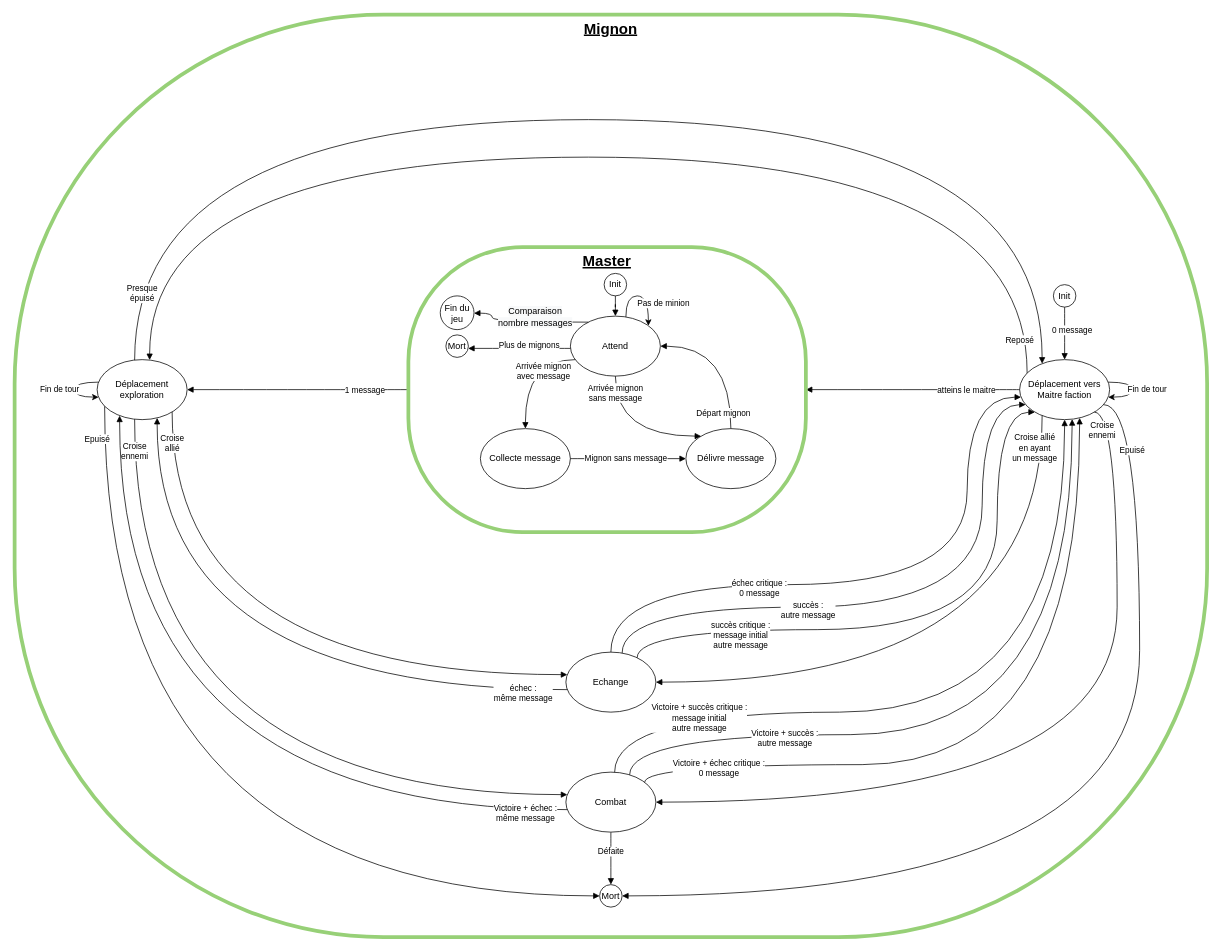
Before: schemes/State transition.drawio in Xisabla/Illuvatar, a draw.io diagram. Source tidied: cells renumbered, new cells numbered last; positions are measured from the earlier drawing's top-left corner, leaving out a move shared by most shapes. Both pictures are drawn from the tidied source at 75%, with x=0, y=0 at pixel (14, 14).
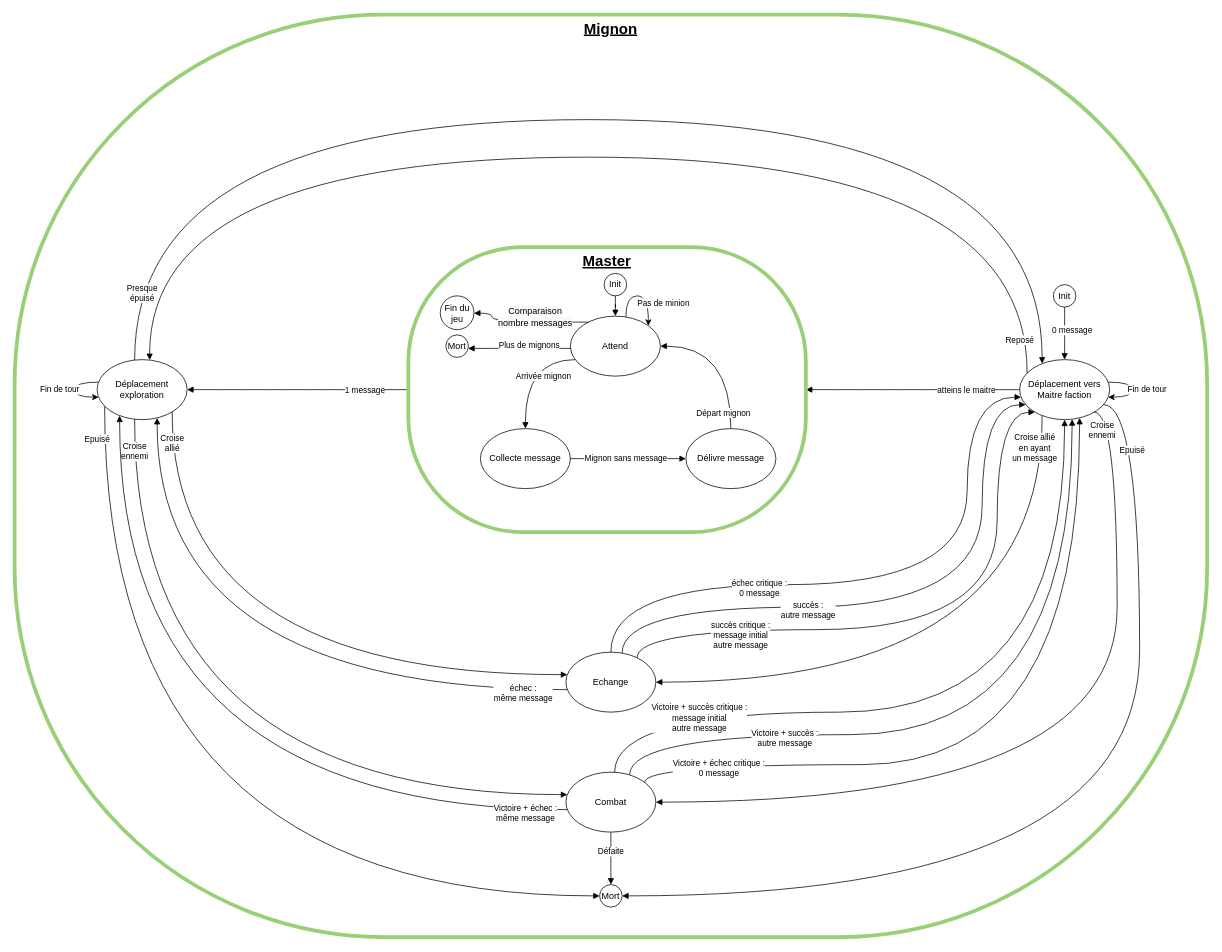
The same diagram, later.

Unchanged cells that the change refers to:
```xml
<mxCell id="29" style="group;" parent="1" vertex="1">
  <mxGeometry x="480" y="250" width="620" height="510" as="geometry" />
</mxCell>
<mxCell id="32" value="Attend" style="ellipse;whiteSpace=wrap;html=1;strokeColor=default;strokeWidth=1;" parent="29" vertex="1">
  <mxGeometry x="261" y="152" width="120" height="80" as="geometry" />
</mxCell>
<mxCell id="34" value="Collecte message" style="ellipse;whiteSpace=wrap;html=1;strokeColor=default;strokeWidth=1;" parent="29" vertex="1">
  <mxGeometry x="141" y="302" width="120" height="80" as="geometry" />
</mxCell>
<mxCell id="37" value="Délivre message" style="ellipse;whiteSpace=wrap;html=1;strokeColor=default;strokeWidth=1;" parent="29" vertex="1">
  <mxGeometry x="415" y="302" width="120" height="80" as="geometry" />
</mxCell>
```

Change to the diagram source:
```diff
@@
-    <mxCell id="35" value="Arrivée mignon&lt;br&gt;avec message" style="edgeStyle=orthogonalEdgeStyle;curved=1;jettySize=auto;html=1;endArrow=block;endSize=6;targetPerimeterSpacing=0;verticalAlign=bottom;" parent="29" edge="1" source="32" target="34">
+    <mxCell id="35" value="&lt;div&gt;Arrivée mignon&lt;/div&gt;" style="edgeStyle=orthogonalEdgeStyle;curved=1;jettySize=auto;html=1;endArrow=block;endSize=6;targetPerimeterSpacing=0;verticalAlign=bottom;" parent="29" edge="1" source="32" target="34">
       <mxGeometry x="0.22" y="24" relative="1" as="geometry">
         <Array as="points">
           <mxPoint x="201" y="210" />
         </Array>
       </mxGeometry>
     </mxCell>
@@
-    <mxCell id="38" value="Arrivée mignon&lt;br&gt;sans message" style="edgeStyle=orthogonalEdgeStyle;curved=1;jettySize=auto;html=1;endArrow=block;endSize=6;targetPerimeterSpacing=0;verticalAlign=bottom;" parent="29" edge="1" source="32" target="37">
-      <mxGeometry x="-0.61" relative="1" as="geometry">
-        <Array as="points">
-          <mxPoint x="321" y="312" />
-        </Array>
-      </mxGeometry>
-    </mxCell>
```
